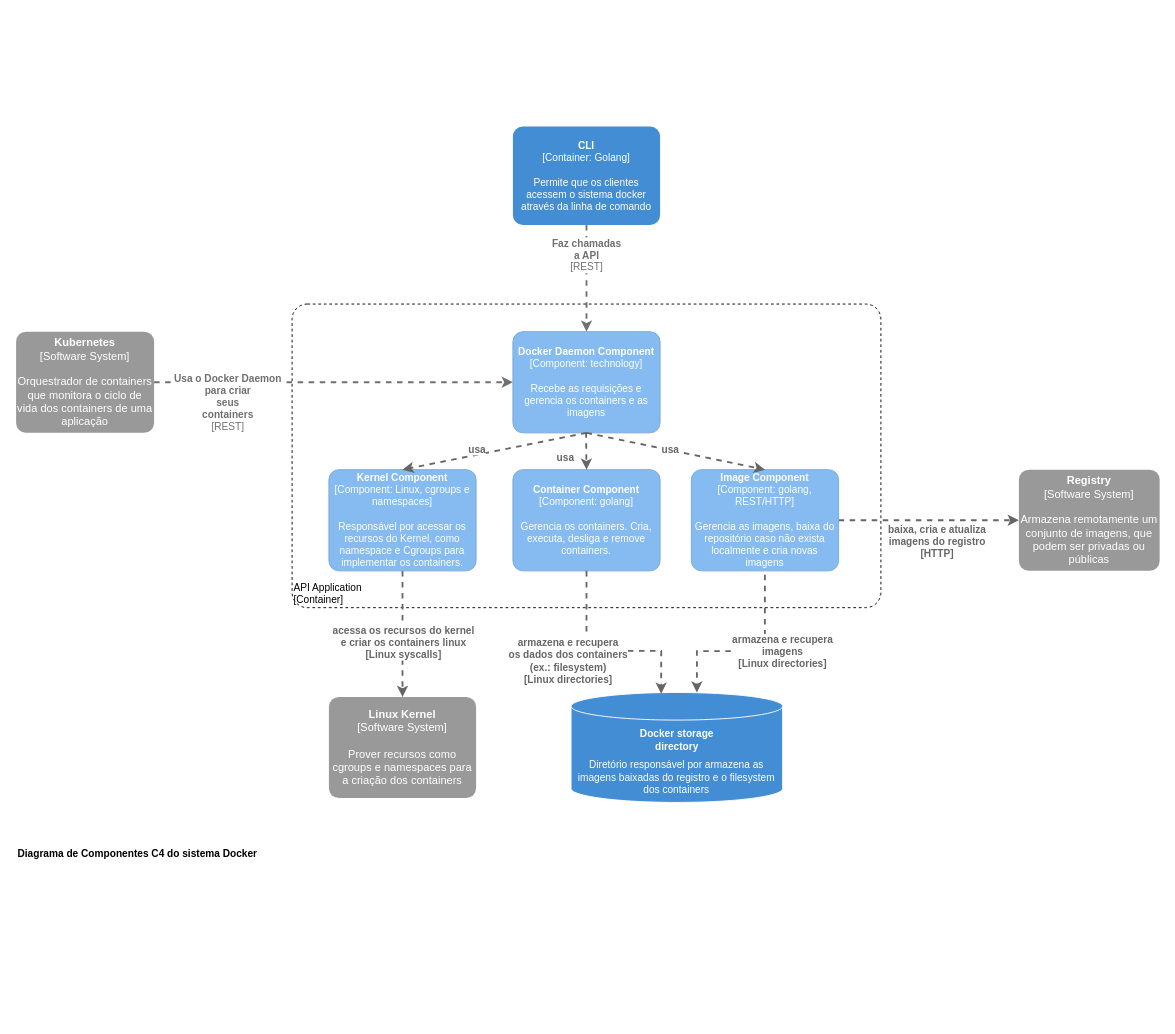
Earlier version of the draw.io diagram page "component diagram" (3 of 4) of c4-context.drawio (viniciusbds/draw-io). Source tidied: cells renumbered, new cells numbered last; positions are measured from the earlier drawing's top-left corner, leaving out a move shared by most shapes. Both pictures are drawn from the tidied source at 92%, with x=0, y=0 at pixel (16, 126).
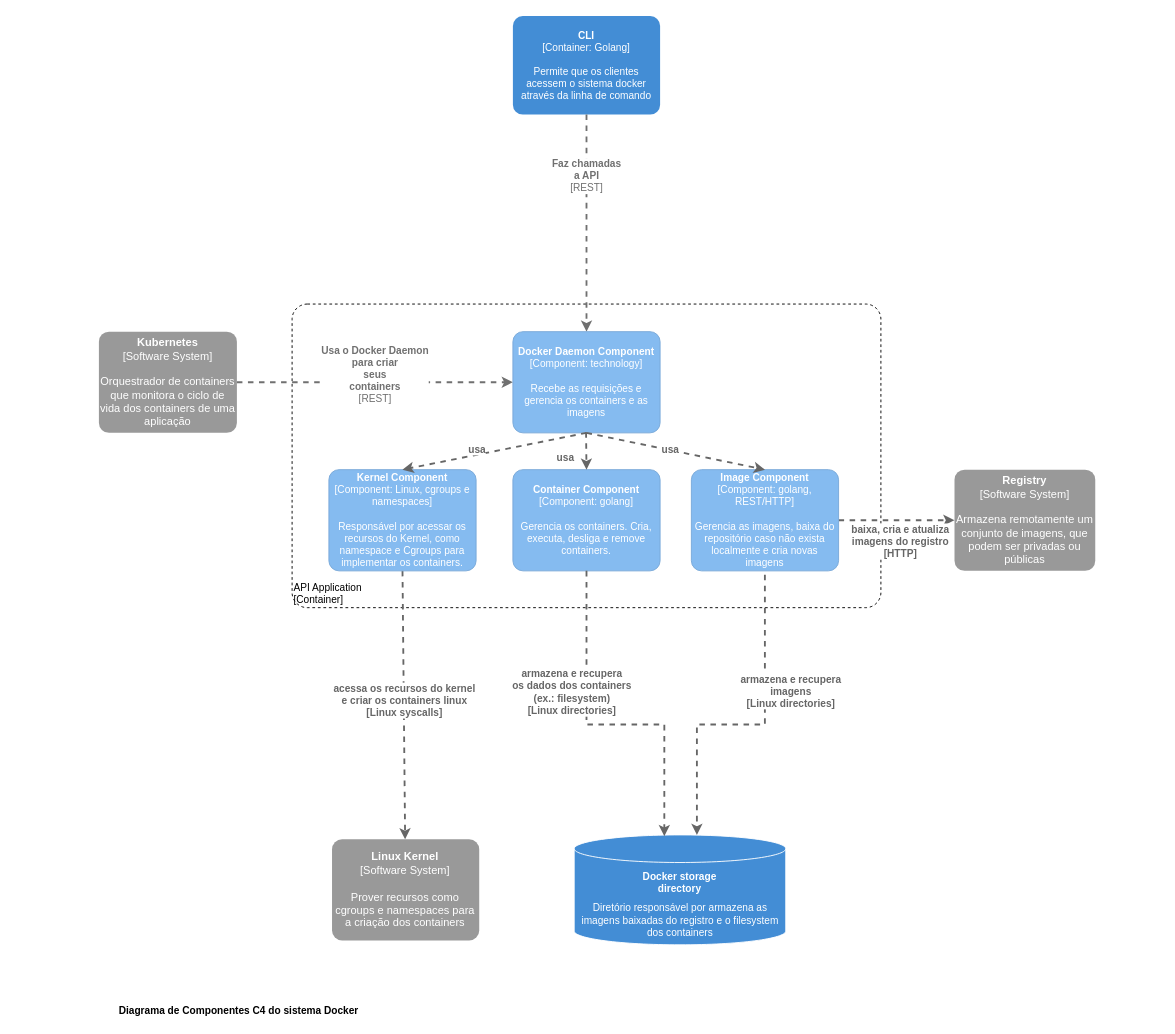
The same diagram, later.

The change refers to these unchanged cells:
```xml
<mxCell id="5" style="rounded=0;jettySize=auto;html=1;dashed=1;strokeWidth=2;fillColor=#f5f5f5;strokeColor=#666666;gradientColor=#b3b3b3;entryX=0;entryY=0.5;entryDx=0;entryDy=0;entryPerimeter=0;exitX=1;exitY=0.5;exitDx=0;exitDy=0;exitPerimeter=0;" parent="1" edge="1" source="15" target="3">
  <mxGeometry relative="1" as="geometry" />
</mxCell>
<mxCell id="12" value="&lt;div&gt;&lt;span&gt;Diretório responsável por armazena as imagens baixadas do registro e o f&lt;/span&gt;&lt;span&gt;ilesystem dos&amp;nbsp;&lt;/span&gt;&lt;span&gt;containers&lt;/span&gt;&lt;/div&gt;" style="shape=cylinder3;whiteSpace=wrap;html=1;boundedLbl=1;backgroundOutline=1;size=15;rounded=0;shadow=0;glass=0;sketch=0;fontSize=11;align=center;verticalAlign=bottom;fillColor=#438DD5;strokeColor=#FFFFFF;fontColor=#FFFFFF;" parent="11" vertex="1">
  <mxGeometry width="230" height="119.5" as="geometry" />
</mxCell>
<object id="19" label="&lt;b&gt;%c4Name%&lt;/b&gt;&lt;div&gt;[%c4Type%: %c4Technology%]&lt;/div&gt;&lt;br&gt;&lt;div&gt;%c4Description%&lt;/div&gt;" c4Description="Recebe as requisições e gerencia os containers e as imagens" c4Name="Docker Daemon Component" c4Technology="technology" c4Type="Component" placeholders="1">
  <mxCell style="rounded=1;whiteSpace=wrap;html=1;labelBackgroundColor=none;fillColor=#85BBF0;fontColor=#ffffff;align=center;arcSize=10;strokeColor=#78A8D8;metaData={&quot;c4Type&quot;:{&quot;editable&quot;:false}};points=[[0.25,0,0],[0.5,0,0],[0.75,0,0],[1,0.25,0],[1,0.5,0],[1,0.75,0],[0.75,1,0],[0.5,1,0],[0.25,1,0],[0,0.75,0],[0,0.5,0],[0,0.25,0]];shadow=0;glass=0;sketch=0;fontSize=11;" parent="1" vertex="1">
    <mxGeometry x="540" y="223" width="160" height="110" as="geometry" />
  </mxCell>
</object>
<object id="20" label="&lt;b&gt;%c4Name%&lt;/b&gt;&lt;div&gt;[%c4Type%: %c4Technology%]&lt;/div&gt;&lt;br&gt;&lt;div&gt;%c4Description%&lt;/div&gt;" c4Description="Gerencia os containers. Cria, executa, desliga e remove containers." c4Name="Container Component" c4Technology="golang" c4Type="Component" placeholders="1">
  <mxCell style="rounded=1;whiteSpace=wrap;html=1;labelBackgroundColor=none;fillColor=#85BBF0;fontColor=#ffffff;align=center;arcSize=10;strokeColor=#78A8D8;metaData={&quot;c4Type&quot;:{&quot;editable&quot;:false}};points=[[0.25,0,0],[0.5,0,0],[0.75,0,0],[1,0.25,0],[1,0.5,0],[1,0.75,0],[0.75,1,0],[0.5,1,0],[0.25,1,0],[0,0.75,0],[0,0.5,0],[0,0.25,0]];shadow=0;glass=0;sketch=0;fontSize=11;" parent="1" vertex="1">
    <mxGeometry x="540" y="373" width="160" height="110" as="geometry" />
  </mxCell>
</object>
```

What changed in the source:
```diff
@@
     <object id="3" label="&lt;b&gt;%c4Name%&lt;/b&gt;&lt;div&gt;[%c4Type%]&lt;/div&gt;&lt;br&gt;&lt;div&gt;%c4Description%&lt;/div&gt;" c4Description="Armazena remotamente um conjunto de imagens, que podem ser privadas ou públicas" c4Name="Registry" c4Type="Software System" placeholders="1">
       <mxCell style="rounded=1;whiteSpace=wrap;html=1;labelBackgroundColor=none;fillColor=#999999;fontColor=#ffffff;align=center;arcSize=10;metaData={&quot;c4Type&quot;:{&quot;editable&quot;:false}};points=[[0.25,0,0],[0.5,0,0],[0.75,0,0],[1,0.25,0],[1,0.5,0],[1,0.75,0],[0.75,1,0],[0.5,1,0],[0.25,1,0],[0,0.75,0],[0,0.5,0],[0,0.25,0]];strokeColor=none;" parent="1" vertex="1">
-        <mxGeometry x="1090" y="373" width="153" height="110" as="geometry" />
+        <mxGeometry x="1020" y="373" width="153" height="110" as="geometry" />
       </mxCell>
     </object>
     <object id="4" label="&lt;b&gt;%c4Name%&lt;/b&gt;&lt;div&gt;[%c4Type%]&lt;/div&gt;&lt;br&gt;&lt;div&gt;%c4Description%&lt;/div&gt;" c4Description="Orquestrador de containers que monitora o ciclo de vida dos containers de uma aplicação " c4Name="Kubernetes" c4Type="Software System" placeholders="1">
       <mxCell style="rounded=1;whiteSpace=wrap;html=1;labelBackgroundColor=none;fillColor=#999999;fontColor=#ffffff;align=center;arcSize=10;metaData={&quot;c4Type&quot;:{&quot;editable&quot;:false}};points=[[0.25,0,0],[0.5,0,0],[0.75,0,0],[1,0.25,0],[1,0.5,0],[1,0.75,0],[0.75,1,0],[0.5,1,0],[0.25,1,0],[0,0.75,0],[0,0.5,0],[0,0.25,0]];strokeColor=none;" parent="1" vertex="1">
-        <mxGeometry y="223" width="150" height="110" as="geometry" />
+        <mxGeometry x="90" y="223" width="150" height="110" as="geometry" />
       </mxCell>
     </object>
@@
     <mxCell id="6" value="baixa, cria e atualiza &lt;br&gt;imagens do registro&lt;br&gt;[HTTP]" style="edgeLabel;html=1;align=center;verticalAlign=middle;fontColor=#666666;fontStyle=1;" parent="5" vertex="1">
       <mxGeometry x="-0.13" y="-1" relative="1" as="geometry">
-        <mxPoint x="21" y="21" as="offset" />
+        <mxPoint x="11" y="21" as="offset" />
       </mxGeometry>
     </mxCell>
     <object id="7" label="&lt;b&gt;%c4Name%&lt;/b&gt;&lt;div&gt;[%c4Type%: %c4Technology%]&lt;/div&gt;&lt;br&gt;&lt;div&gt;%c4Description%&lt;/div&gt;" c4Description="Permite que os clientes acessem o sistema docker através da linha de comando" c4Name="CLI" c4Technology="Golang" c4Type="Container" placeholders="1">
       <mxCell style="rounded=1;whiteSpace=wrap;html=1;labelBackgroundColor=none;fillColor=#438DD5;fontColor=#ffffff;align=center;arcSize=10;metaData={&quot;c4Type&quot;:{&quot;editable&quot;:false}};points=[[0.25,0,0],[0.5,0,0],[0.75,0,0],[1,0.25,0],[1,0.5,0],[1,0.75,0],[0.75,1,0],[0.5,1,0],[0.25,1,0],[0,0.75,0],[0,0.5,0],[0,0.25,0]];fontSize=11;strokeColor=none;" parent="1" vertex="1">
-        <mxGeometry x="540" width="160" height="107" as="geometry" />
+        <mxGeometry x="540" y="-120" width="160" height="107" as="geometry" />
       </mxCell>
     </object>
@@
     <object id="9" label="&lt;div style=&quot;text-align: left&quot;&gt;&lt;div style=&quot;text-align: center&quot;&gt;&lt;b&gt;%c4Description%&lt;/b&gt;&lt;/div&gt;&lt;div style=&quot;text-align: center&quot;&gt;[%c4Technology%]&lt;/div&gt;&lt;/div&gt;" c4Description="Usa o Docker Daemon&#10;para criar &#10;seus &#10;containers" c4Technology="REST" placeholders="1">
       <mxCell style="edgeStyle=none;rounded=0;html=1;jettySize=auto;strokeColor=#707070;strokeWidth=2;fontColor=#707070;jumpStyle=none;dashed=1;metaData={&quot;c4Type&quot;:{&quot;editable&quot;:false}};fontSize=11;endArrow=classic;endFill=1;exitX=1;exitY=0.5;exitDx=0;exitDy=0;exitPerimeter=0;entryX=0;entryY=0.5;entryDx=0;entryDy=0;entryPerimeter=0;" parent="1" edge="1" source="4" target="19">
-        <mxGeometry x="-0.59" y="-22" relative="1" as="geometry" />
+        <mxGeometry y="8" relative="1" as="geometry" />
       </mxCell>
     </object>
     <mxCell id="10" style="group;" parent="1" vertex="1">
-      <mxGeometry x="600" y="615.2" width="230" height="119.5" as="geometry" />
+      <mxGeometry x="603.4" y="770" width="230" height="119.5" as="geometry" />
     </mxCell>
@@
     <mxCell id="14" value="&lt;b style=&quot;font-size: 11px&quot;&gt;Diagrama de Componentes C4 do sistema Docker&lt;/b&gt;" style="text;html=1;strokeColor=none;fillColor=none;align=left;verticalAlign=bottom;whiteSpace=wrap;rounded=0;fontSize=11;horizontal=1;" parent="1" vertex="1">
-      <mxGeometry y="770" width="651" height="30" as="geometry" />
+      <mxGeometry x="110" y="940" width="360" height="30" as="geometry" />
     </mxCell>
@@
-    <mxCell id="21" style="rounded=0;orthogonalLoop=1;jettySize=auto;html=1;dashed=1;strokeWidth=2;fillColor=#f5f5f5;strokeColor=#666666;gradientColor=#b3b3b3;exitX=0.504;exitY=1.036;exitDx=0;exitDy=0;exitPerimeter=0;edgeStyle=orthogonalEdgeStyle;entryX=0.598;entryY=-0.002;entryDx=0;entryDy=0;entryPerimeter=0;" parent="1" edge="1">
+    <mxCell id="21" style="rounded=0;jettySize=auto;html=1;dashed=1;strokeWidth=2;fillColor=#f5f5f5;strokeColor=#666666;gradientColor=#b3b3b3;exitX=0.504;exitY=1.036;exitDx=0;exitDy=0;exitPerimeter=0;edgeStyle=orthogonalEdgeStyle;" parent="1" edge="1" target="12">
       <mxGeometry relative="1" as="geometry">
         <mxPoint x="813.9" y="487.2" as="sourcePoint" />
-        <mxPoint x="740" y="615.3" as="targetPoint" />
         <Array as="points">
-          <mxPoint x="814.2" y="570.2" />
-          <mxPoint x="740.2" y="570.2" />
+          <mxPoint x="814" y="650" />
+          <mxPoint x="740" y="650" />
         </Array>
       </mxGeometry>
     </mxCell>
     <mxCell id="22" value="armazena e recupera &lt;br&gt;imagens&lt;br&gt;[Linux directories]" style="edgeLabel;html=1;align=center;verticalAlign=middle;fontColor=#666666;fontStyle=1;" parent="21" vertex="1">
       <mxGeometry x="-0.13" y="-1" relative="1" as="geometry">
-        <mxPoint x="24" y="1" as="offset" />
+        <mxPoint x="29" y="-29" as="offset" />
       </mxGeometry>
     </mxCell>
     <object id="23" label="&lt;b&gt;%c4Name%&lt;/b&gt;&lt;div&gt;[%c4Type%]&lt;/div&gt;&lt;br&gt;&lt;div&gt;%c4Description%&lt;/div&gt;" c4Description="Prover recursos como cgroups e namespaces para a criação dos containers" c4Name="Linux Kernel" c4Type="Software System" placeholders="1">
       <mxCell style="rounded=1;whiteSpace=wrap;html=1;labelBackgroundColor=none;fillColor=#999999;fontColor=#ffffff;align=center;arcSize=10;metaData={&quot;c4Type&quot;:{&quot;editable&quot;:false}};points=[[0.25,0,0],[0.5,0,0],[0.75,0,0],[1,0.25,0],[1,0.5,0],[1,0.75,0],[0.75,1,0],[0.5,1,0],[0.25,1,0],[0,0.75,0],[0,0.5,0],[0,0.25,0]];strokeColor=none;" parent="1" vertex="1">
-        <mxGeometry x="340" y="620" width="160" height="110" as="geometry" />
+        <mxGeometry x="343.4" y="774.8" width="160" height="110" as="geometry" />
       </mxCell>
     </object>
     <mxCell id="24" style="rounded=0;jettySize=auto;html=1;dashed=1;strokeWidth=2;fillColor=#f5f5f5;strokeColor=#666666;gradientColor=#b3b3b3;exitX=0.5;exitY=1;exitDx=0;exitDy=0;exitPerimeter=0;edgeStyle=orthogonalEdgeStyle;entryX=0.426;entryY=0.012;entryDx=0;entryDy=0;entryPerimeter=0;" parent="1" edge="1" source="20" target="12">
       <mxGeometry relative="1" as="geometry">
         <Array as="points">
-          <mxPoint x="620" y="570" />
-          <mxPoint x="701" y="570" />
-          <mxPoint x="701" y="617" />
+          <mxPoint x="620" y="650" />
+          <mxPoint x="705" y="650" />
         </Array>
       </mxGeometry>
     </mxCell>
     <mxCell id="25" value="armazena e recupera &lt;br&gt;os dados dos containers &lt;br&gt;(ex.: filesystem)&lt;br&gt;[Linux directories]" style="edgeLabel;html=1;align=center;verticalAlign=middle;fontColor=#666666;fontStyle=1;" parent="24" vertex="1">
       <mxGeometry x="-0.13" y="-1" relative="1" as="geometry">
-        <mxPoint x="-27" y="9" as="offset" />
+        <mxPoint x="-16" y="-31" as="offset" />
       </mxGeometry>
     </mxCell>
```
